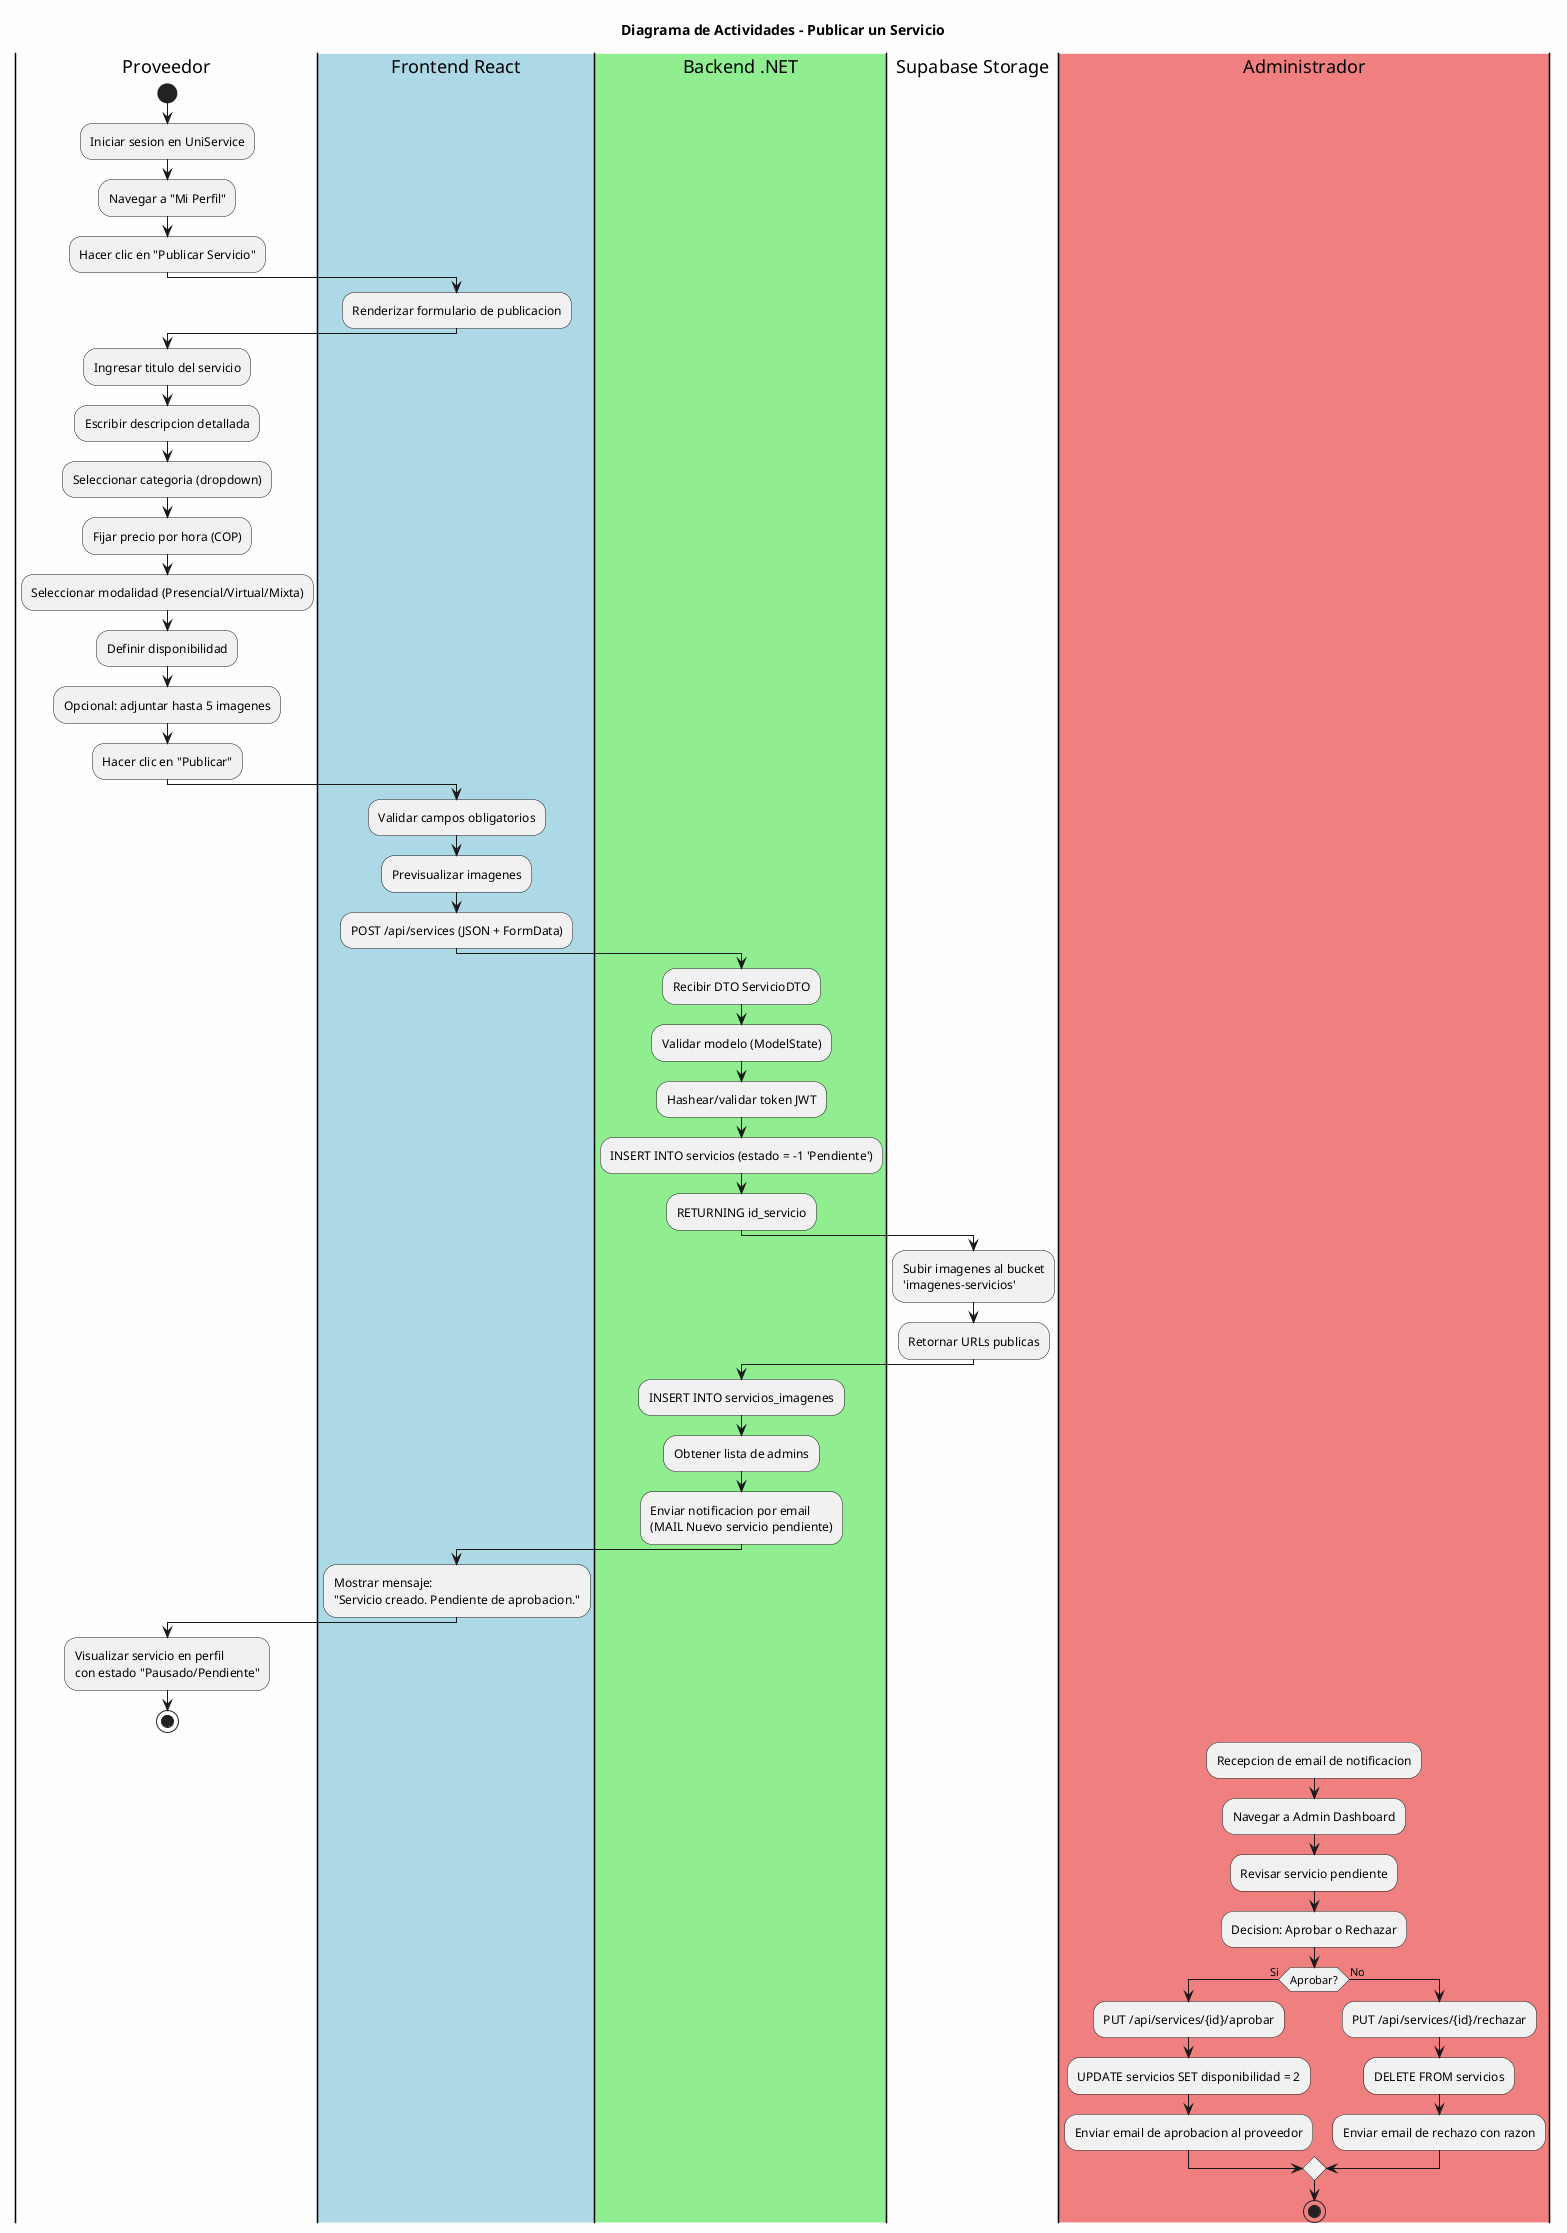
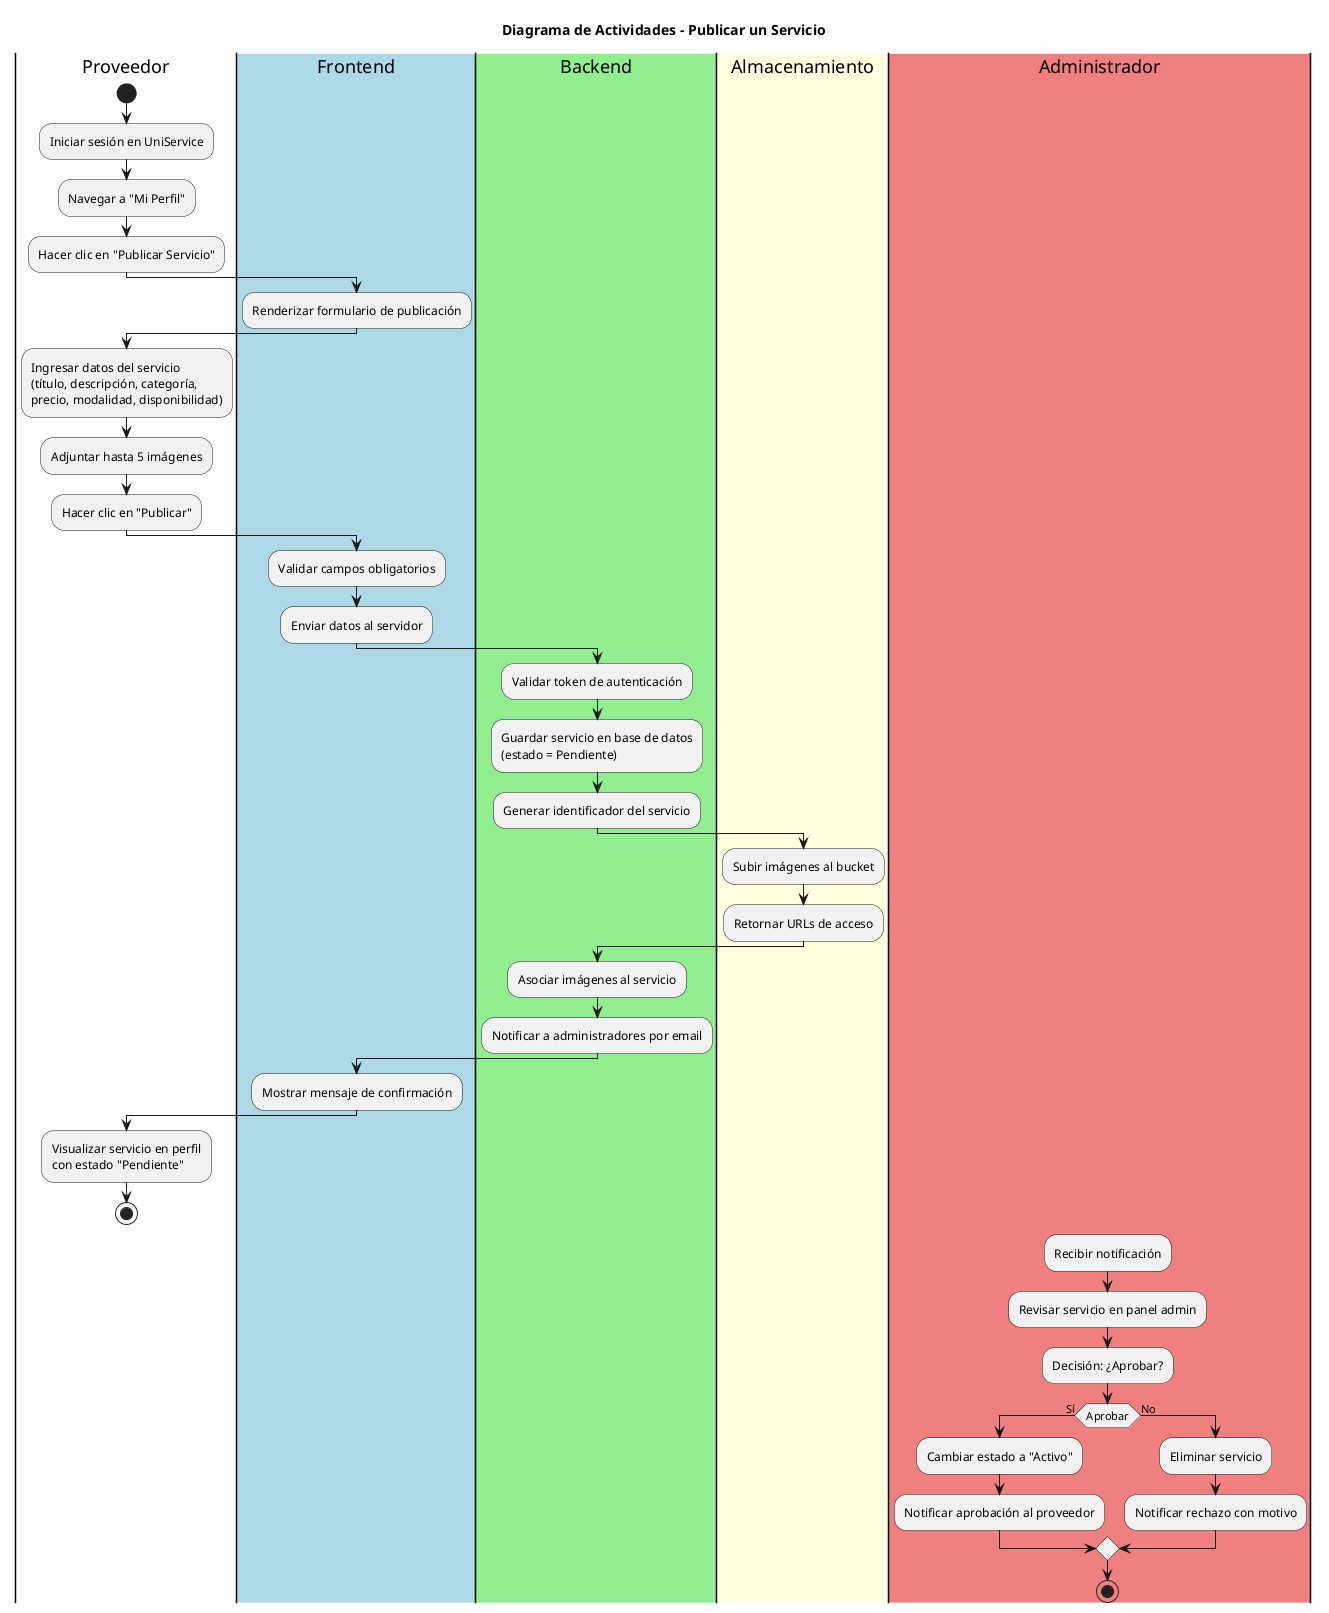
@startuml
skinparam backgroundColor #FEFEFE
skinparam handwritten false
+ skinparam activity {
+   BackgroundColor<<frontend>> LightBlue
+   BackgroundColor<<backend>> LightGreen
+   BackgroundColor<<admin>> LightCoral
+   BackgroundColor<<storage>> LightYellow
+ }

title Diagrama de Actividades - Publicar un Servicio

|Proveedor|
start
- :Iniciar sesion en UniService;
+ :Iniciar sesión en UniService;
:Navegar a "Mi Perfil";
:Hacer clic en "Publicar Servicio";

- |#LightBlue|Frontend React|
- :Renderizar formulario de publicacion;
+ |#LightBlue|Frontend|
+ :Renderizar formulario de publicación;

|Proveedor|
- :Ingresar titulo del servicio;
- :Escribir descripcion detallada;
- :Seleccionar categoria (dropdown);
- :Fijar precio por hora (COP);
- :Seleccionar modalidad (Presencial/Virtual/Mixta);
- :Definir disponibilidad;
- :Opcional: adjuntar hasta 5 imagenes;
+ :Ingresar datos del servicio
+ (título, descripción, categoría,
+ precio, modalidad, disponibilidad);
+ :Adjuntar hasta 5 imágenes;
:Hacer clic en "Publicar";

- |Frontend React|
+ |Frontend|
:Validar campos obligatorios;
- :Previsualizar imagenes;
- :POST /api/services (JSON + FormData);
+ :Enviar datos al servidor;

- |#LightGreen|Backend .NET|
- :Recibir DTO ServicioDTO;
- :Validar modelo (ModelState);
- :Hashear/validar token JWT;
- :INSERT INTO servicios (estado = -1 'Pendiente');
- :RETURNING id_servicio;
+ |#LightGreen|Backend|
+ :Validar token de autenticación;
+ :Guardar servicio en base de datos
+ (estado = Pendiente);
+ :Generar identificador del servicio;

- |Supabase Storage|
- :Subir imagenes al bucket\n'imagenes-servicios';
- :Retornar URLs publicas;
+ |#LightYellow|Almacenamiento|
+ :Subir imágenes al bucket;
+ :Retornar URLs de acceso;

- |Backend .NET|
- :INSERT INTO servicios_imagenes;
- :Obtener lista de admins;
- :Enviar notificacion por email\n(MAIL Nuevo servicio pendiente);
+ |Backend|
+ :Asociar imágenes al servicio;
+ :Notificar a administradores por email;

- |Frontend React|
- :Mostrar mensaje:\n"Servicio creado. Pendiente de aprobacion.";
+ |Frontend|
+ :Mostrar mensaje de confirmación;

|Proveedor|
- :Visualizar servicio en perfil\ncon estado "Pausado/Pendiente";
+ :Visualizar servicio en perfil
+ con estado "Pendiente";
stop

|#LightCoral|Administrador|
- :Recepcion de email de notificacion;
- :Navegar a Admin Dashboard;
- :Revisar servicio pendiente;
- :Decision: Aprobar o Rechazar;
- if (Aprobar?) then (Si)
-     :PUT /api/services/{id}/aprobar;
-     :UPDATE servicios SET disponibilidad = 2;
-     :Enviar email de aprobacion al proveedor;
+ :Recibir notificación;
+ :Revisar servicio en panel admin;
+ :Decisión: ¿Aprobar?;
+ if (Aprobar) then (Sí)
+   :Cambiar estado a "Activo";
+   :Notificar aprobación al proveedor;
else (No)
-     :PUT /api/services/{id}/rechazar;
-     :DELETE FROM servicios;
-     :Enviar email de rechazo con razon;
+   :Eliminar servicio;
+   :Notificar rechazo con motivo;
endif
stop

@enduml
